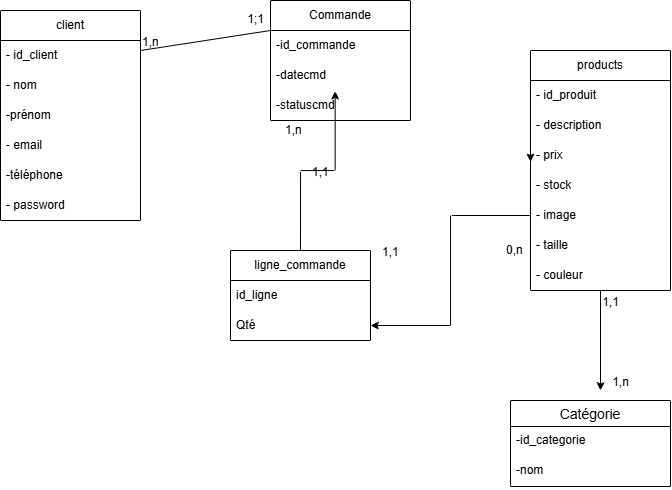
Earlier version of the draw.io export Conception BD/mcd.png (mesbahimohammedyassirsolicode-star/Projet-fil-rouge). Source tidied: cells renumbered, new cells last; positions are measured from the earlier drawing's top-left corner, leaving out a move shared by most shapes. Source of this version:
```xml
<mxGraphModel>
  <root>
    <mxCell id="0" />
    <mxCell id="1" parent="0" />
    <mxCell id="2" value="client" style="swimlane;fontStyle=0;horizontal=1;startSize=30;whiteSpace=wrap;html=1;" parent="1" vertex="1">
      <mxGeometry y="10" width="140" height="210" as="geometry" />
    </mxCell>
    <mxCell id="3" value="&lt;span class=&quot;ͼn&quot;&gt;-&lt;/span&gt; id_client&amp;nbsp;" style="text;strokeColor=none;fillColor=none;align=left;verticalAlign=middle;spacingLeft=4;spacingRight=4;overflow=hidden;whiteSpace=wrap;html=1;" parent="2" vertex="1">
      <mxGeometry y="30" width="140" height="30" as="geometry" />
    </mxCell>
    <mxCell id="4" value="&lt;span class=&quot;ͼn&quot;&gt;-&lt;/span&gt; nom" style="text;strokeColor=none;fillColor=none;align=left;verticalAlign=middle;spacingLeft=4;spacingRight=4;overflow=hidden;whiteSpace=wrap;html=1;" parent="2" vertex="1">
      <mxGeometry y="60" width="140" height="30" as="geometry" />
    </mxCell>
    <mxCell id="5" value="&lt;li&gt;-prénom&lt;br&gt;&lt;/li&gt;" style="text;strokeColor=none;fillColor=none;align=left;verticalAlign=middle;spacingLeft=4;spacingRight=4;overflow=hidden;whiteSpace=wrap;html=1;" parent="2" vertex="1">
      <mxGeometry y="90" width="140" height="30" as="geometry" />
    </mxCell>
    <mxCell id="6" value="&lt;span class=&quot;ͼn&quot;&gt;-&lt;/span&gt;&amp;nbsp;email" style="text;strokeColor=none;fillColor=none;align=left;verticalAlign=middle;spacingLeft=4;spacingRight=4;overflow=hidden;whiteSpace=wrap;html=1;" parent="2" vertex="1">
      <mxGeometry y="120" width="140" height="30" as="geometry" />
    </mxCell>
    <mxCell id="7" value="-téléphone" style="text;strokeColor=none;fillColor=none;align=left;verticalAlign=middle;spacingLeft=4;spacingRight=4;overflow=hidden;whiteSpace=wrap;html=1;" parent="2" vertex="1">
      <mxGeometry y="150" width="140" height="30" as="geometry" />
    </mxCell>
    <mxCell id="8" value="&lt;span class=&quot;ͼn&quot;&gt;-&lt;/span&gt; password" style="text;strokeColor=none;fillColor=none;align=left;verticalAlign=middle;spacingLeft=4;spacingRight=4;overflow=hidden;whiteSpace=wrap;html=1;" parent="2" vertex="1">
      <mxGeometry y="180" width="140" height="30" as="geometry" />
    </mxCell>
    <mxCell id="9" style="edgeStyle=orthogonalEdgeStyle;rounded=0;jettySize=auto;html=1;" parent="1" edge="1" source="10">
      <mxGeometry relative="1" as="geometry">
        <mxPoint x="600" y="390" as="targetPoint" />
      </mxGeometry>
    </mxCell>
    <mxCell id="10" value="products" style="swimlane;fontStyle=0;horizontal=1;startSize=30;whiteSpace=wrap;html=1;" parent="1" vertex="1">
      <mxGeometry x="530" y="50" width="140" height="240" as="geometry" />
    </mxCell>
    <mxCell id="11" value="&lt;span class=&quot;ͼn&quot;&gt;-&lt;/span&gt; id_produit&amp;nbsp;" style="text;strokeColor=none;fillColor=none;align=left;verticalAlign=middle;spacingLeft=4;spacingRight=4;overflow=hidden;whiteSpace=wrap;html=1;" parent="10" vertex="1">
      <mxGeometry y="30" width="140" height="30" as="geometry" />
    </mxCell>
    <mxCell id="12" value="&lt;span class=&quot;ͼn&quot;&gt;-&lt;/span&gt; description" style="text;strokeColor=none;fillColor=none;align=left;verticalAlign=middle;spacingLeft=4;spacingRight=4;overflow=hidden;whiteSpace=wrap;html=1;" parent="10" vertex="1">
      <mxGeometry y="60" width="140" height="30" as="geometry" />
    </mxCell>
    <mxCell id="13" value="&lt;span class=&quot;ͼn&quot;&gt;-&lt;/span&gt; prix" style="text;strokeColor=none;fillColor=none;align=left;verticalAlign=middle;spacingLeft=4;spacingRight=4;overflow=hidden;points=[[0,0.5],[1,0.5]];portConstraint=eastwest;whiteSpace=wrap;html=1;" parent="10" vertex="1">
      <mxGeometry y="90" width="140" height="30" as="geometry" />
    </mxCell>
    <mxCell id="14" value="&lt;span class=&quot;ͼn&quot;&gt;-&lt;/span&gt; stock" style="text;strokeColor=none;fillColor=none;align=left;verticalAlign=middle;spacingLeft=4;spacingRight=4;overflow=hidden;whiteSpace=wrap;html=1;" parent="10" vertex="1">
      <mxGeometry y="120" width="140" height="30" as="geometry" />
    </mxCell>
    <mxCell id="15" value="&lt;span class=&quot;ͼn&quot;&gt;-&lt;/span&gt; image" style="text;strokeColor=none;fillColor=none;align=left;verticalAlign=middle;spacingLeft=4;spacingRight=4;overflow=hidden;points=[[0,0.5],[1,0.5]];portConstraint=eastwest;whiteSpace=wrap;html=1;" parent="10" vertex="1">
      <mxGeometry y="150" width="140" height="30" as="geometry" />
    </mxCell>
    <mxCell id="16" value="&lt;span class=&quot;ͼn&quot;&gt;-&lt;/span&gt;&amp;nbsp;taille" style="text;strokeColor=none;fillColor=none;align=left;verticalAlign=middle;spacingLeft=4;spacingRight=4;overflow=hidden;whiteSpace=wrap;html=1;" parent="10" vertex="1">
      <mxGeometry y="180" width="140" height="30" as="geometry" />
    </mxCell>
    <mxCell id="17" value="&lt;span class=&quot;ͼn&quot;&gt;-&lt;/span&gt;&amp;nbsp;couleur" style="text;strokeColor=none;fillColor=none;align=left;verticalAlign=middle;spacingLeft=4;spacingRight=4;overflow=hidden;whiteSpace=wrap;html=1;" parent="10" vertex="1">
      <mxGeometry y="210" width="140" height="30" as="geometry" />
    </mxCell>
    <mxCell id="18" style="edgeStyle=orthogonalEdgeStyle;rounded=0;orthogonalLoop=1;jettySize=auto;html=1;exitX=0;exitY=0.5;exitDx=0;exitDy=0;entryX=0.001;entryY=0.716;entryDx=0;entryDy=0;entryPerimeter=0;" parent="10" edge="1" source="13" target="13">
      <mxGeometry relative="1" as="geometry" />
    </mxCell>
    <mxCell id="19" value="Commande" style="swimlane;fontStyle=0;horizontal=1;startSize=30;whiteSpace=wrap;html=1;" parent="1" vertex="1">
      <mxGeometry x="270" width="140" height="120" as="geometry" />
    </mxCell>
    <mxCell id="20" value="&lt;span class=&quot;ͼn&quot;&gt;-id_commande&amp;nbsp;&lt;/span&gt;" style="text;strokeColor=none;fillColor=none;align=left;verticalAlign=middle;spacingLeft=4;spacingRight=4;overflow=hidden;whiteSpace=wrap;html=1;" parent="19" vertex="1">
      <mxGeometry y="30" width="140" height="30" as="geometry" />
    </mxCell>
    <mxCell id="21" value="-datecmd" style="text;strokeColor=none;fillColor=none;align=left;verticalAlign=middle;spacingLeft=4;spacingRight=4;overflow=hidden;points=[[0,0.5],[1,0.5]];portConstraint=eastwest;whiteSpace=wrap;html=1;" parent="19" vertex="1">
      <mxGeometry y="60" width="140" height="30" as="geometry" />
    </mxCell>
    <mxCell id="22" value="-statuscmd" style="text;strokeColor=none;fillColor=none;align=left;verticalAlign=middle;spacingLeft=4;spacingRight=4;overflow=hidden;points=[[0,0.5],[1,0.5]];portConstraint=eastwest;whiteSpace=wrap;html=1;" parent="19" vertex="1">
      <mxGeometry y="90" width="140" height="30" as="geometry" />
    </mxCell>
    <mxCell id="23" value="Catégorie" style="swimlane;fontStyle=0;horizontal=1;startSize=26;align=center;fontSize=14;" parent="1" vertex="1">
      <mxGeometry x="510" y="400" width="160" height="86" as="geometry" />
    </mxCell>
    <mxCell id="24" value="&lt;li&gt;-id_categorie&amp;nbsp;&lt;/li&gt;&lt;li&gt;&lt;/li&gt;" style="text;strokeColor=none;fillColor=none;spacingLeft=4;spacingRight=4;overflow=hidden;fontSize=12;whiteSpace=wrap;html=1;" parent="23" vertex="1">
      <mxGeometry y="26" width="160" height="30" as="geometry" />
    </mxCell>
    <mxCell id="25" value="-nom" style="text;strokeColor=none;fillColor=none;spacingLeft=4;spacingRight=4;overflow=hidden;fontSize=12;whiteSpace=wrap;html=1;" parent="23" vertex="1">
      <mxGeometry y="56" width="160" height="30" as="geometry" />
    </mxCell>
    <mxCell id="26" style="endArrow=none;html=1;rounded=0;entryX=0;entryY=0.25;entryDx=0;entryDy=0;" parent="1" edge="1" target="19">
      <mxGeometry relative="1" as="geometry">
        <mxPoint x="140" y="50" as="sourcePoint" />
      </mxGeometry>
    </mxCell>
    <mxCell id="27" value="1,n" style="html=1;whiteSpace=wrap;align=left;verticalAlign=bottom;" parent="26" vertex="1">
      <mxGeometry x="-1" relative="1" as="geometry" />
    </mxCell>
    <mxCell id="28" value="1;1" style="html=1;whiteSpace=wrap;align=right;verticalAlign=bottom;" parent="26" vertex="1">
      <mxGeometry x="1" relative="1" as="geometry">
        <mxPoint x="-5" y="-3" as="offset" />
      </mxGeometry>
    </mxCell>
    <mxCell id="29" value="1,1" style="html=1;whiteSpace=wrap;align=right;verticalAlign=bottom;" parent="1" vertex="1">
      <mxGeometry x="620" y="310" as="geometry" />
    </mxCell>
    <mxCell id="30" value="1,n" style="html=1;whiteSpace=wrap;align=right;verticalAlign=bottom;" parent="1" vertex="1">
      <mxGeometry x="630" y="390" as="geometry" />
    </mxCell>
    <mxCell id="31" value="ligne_commande" style="swimlane;fontStyle=0;horizontal=1;startSize=30;whiteSpace=wrap;html=1;" parent="1" vertex="1">
      <mxGeometry x="230" y="250" width="140" height="90" as="geometry" />
    </mxCell>
    <mxCell id="32" value="&lt;span class=&quot;ͼn&quot;&gt;id_ligne&lt;/span&gt;" style="text;strokeColor=none;fillColor=none;align=left;verticalAlign=middle;spacingLeft=4;spacingRight=4;overflow=hidden;whiteSpace=wrap;html=1;" parent="31" vertex="1">
      <mxGeometry y="30" width="140" height="30" as="geometry" />
    </mxCell>
    <mxCell id="33" value="Qté" style="text;strokeColor=none;fillColor=none;align=left;verticalAlign=middle;spacingLeft=4;spacingRight=4;overflow=hidden;points=[[0,0.5],[1,0.5]];portConstraint=eastwest;whiteSpace=wrap;html=1;" parent="31" vertex="1">
      <mxGeometry y="60" width="140" height="30" as="geometry" />
    </mxCell>
    <mxCell id="34" style="edgeStyle=orthogonalEdgeStyle;rounded=0;jettySize=auto;html=1;exitX=0.5;exitY=0;exitDx=0;exitDy=0;entryX=0.462;entryY=1.019;entryDx=0;entryDy=0;entryPerimeter=0;" parent="1" edge="1" source="31" target="21">
      <mxGeometry relative="1" as="geometry" />
    </mxCell>
    <mxCell id="35" value="1,n" style="html=1;whiteSpace=wrap;align=left;verticalAlign=bottom;" parent="1" vertex="1">
      <mxGeometry x="310" y="130" as="geometry">
        <mxPoint x="-27" y="8" as="offset" />
      </mxGeometry>
    </mxCell>
    <mxCell id="36" value="1,1" style="html=1;whiteSpace=wrap;align=left;verticalAlign=bottom;" parent="1" vertex="1">
      <mxGeometry x="310" y="180" as="geometry" />
    </mxCell>
    <mxCell id="37" value="1,1" style="html=1;whiteSpace=wrap;align=left;verticalAlign=bottom;" parent="1" vertex="1">
      <mxGeometry x="380" y="260" as="geometry" />
    </mxCell>
    <mxCell id="38" value="0,n" style="html=1;whiteSpace=wrap;align=left;verticalAlign=bottom;" parent="1" vertex="1">
      <mxGeometry x="370" y="250" as="geometry">
        <mxPoint x="134" y="8" as="offset" />
      </mxGeometry>
    </mxCell>
    <mxCell id="39" style="edgeStyle=orthogonalEdgeStyle;rounded=0;jettySize=auto;html=1;exitX=0;exitY=0.5;exitDx=0;exitDy=0;entryX=1;entryY=0.5;entryDx=0;entryDy=0;" parent="1" edge="1" source="15" target="33">
      <mxGeometry relative="1" as="geometry" />
    </mxCell>
  </root>
</mxGraphModel>
```
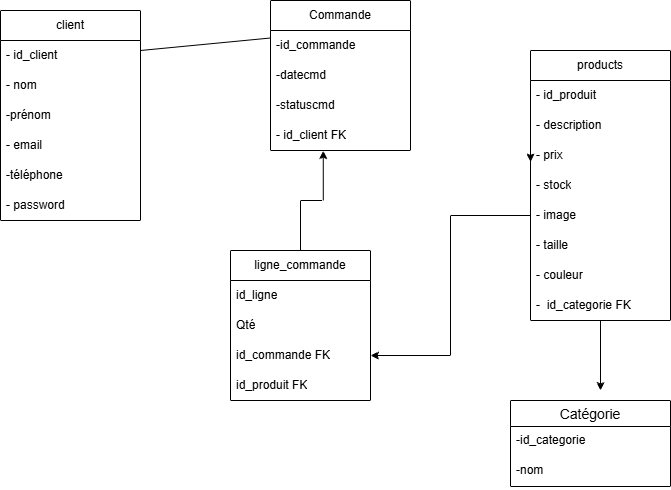
After the commit.

Commit message:
docs: add conceptual and logical data model diagrams

Change to the diagram source:
```diff
@@ -29,7 +29,7 @@
       </mxGeometry>
     </mxCell>
     <mxCell id="10" value="products" style="swimlane;fontStyle=0;horizontal=1;startSize=30;whiteSpace=wrap;html=1;" parent="1" vertex="1">
-      <mxGeometry x="530" y="50" width="140" height="240" as="geometry" />
+      <mxGeometry x="530" y="50" width="140" height="270" as="geometry" />
     </mxCell>
     <mxCell id="11" value="&lt;span class=&quot;ͼn&quot;&gt;-&lt;/span&gt; id_produit&amp;nbsp;" style="text;strokeColor=none;fillColor=none;align=left;verticalAlign=middle;spacingLeft=4;spacingRight=4;overflow=hidden;whiteSpace=wrap;html=1;" parent="10" vertex="1">
       <mxGeometry y="30" width="140" height="30" as="geometry" />
@@ -49,14 +49,17 @@
     <mxCell id="16" value="&lt;span class=&quot;ͼn&quot;&gt;-&lt;/span&gt;&amp;nbsp;taille" style="text;strokeColor=none;fillColor=none;align=left;verticalAlign=middle;spacingLeft=4;spacingRight=4;overflow=hidden;whiteSpace=wrap;html=1;" parent="10" vertex="1">
       <mxGeometry y="180" width="140" height="30" as="geometry" />
     </mxCell>
+    <mxCell id="40" value="&lt;span class=&quot;ͼn&quot;&gt;-&lt;/span&gt;&amp;nbsp;couleur" style="text;strokeColor=none;fillColor=none;align=left;verticalAlign=middle;spacingLeft=4;spacingRight=4;overflow=hidden;whiteSpace=wrap;html=1;" parent="10" vertex="1">
+      <mxGeometry y="210" width="140" height="30" as="geometry" />
+    </mxCell>
-    <mxCell id="17" value="&lt;span class=&quot;ͼn&quot;&gt;-&lt;/span&gt;&amp;nbsp;couleur" style="text;strokeColor=none;fillColor=none;align=left;verticalAlign=middle;spacingLeft=4;spacingRight=4;overflow=hidden;whiteSpace=wrap;html=1;" parent="10" vertex="1">
-      <mxGeometry y="210" width="140" height="30" as="geometry" />
+    <mxCell id="17" value="&lt;span class=&quot;ͼn&quot;&gt;-&lt;/span&gt;&amp;nbsp;    id_categorie FK" style="text;strokeColor=none;fillColor=none;align=left;verticalAlign=middle;spacingLeft=4;spacingRight=4;overflow=hidden;whiteSpace=wrap;html=1;" parent="10" vertex="1">
+      <mxGeometry y="240" width="140" height="30" as="geometry" />
     </mxCell>
     <mxCell id="18" style="edgeStyle=orthogonalEdgeStyle;rounded=0;orthogonalLoop=1;jettySize=auto;html=1;exitX=0;exitY=0.5;exitDx=0;exitDy=0;entryX=0.001;entryY=0.716;entryDx=0;entryDy=0;entryPerimeter=0;" parent="10" edge="1" source="13" target="13">
       <mxGeometry relative="1" as="geometry" />
     </mxCell>
     <mxCell id="19" value="Commande" style="swimlane;fontStyle=0;horizontal=1;startSize=30;whiteSpace=wrap;html=1;" parent="1" vertex="1">
-      <mxGeometry x="270" width="140" height="120" as="geometry" />
+      <mxGeometry x="270" width="140" height="150" as="geometry" />
     </mxCell>
     <mxCell id="20" value="&lt;span class=&quot;ͼn&quot;&gt;-id_commande&amp;nbsp;&lt;/span&gt;" style="text;strokeColor=none;fillColor=none;align=left;verticalAlign=middle;spacingLeft=4;spacingRight=4;overflow=hidden;whiteSpace=wrap;html=1;" parent="19" vertex="1">
       <mxGeometry y="30" width="140" height="30" as="geometry" />
@@ -64,8 +67,11 @@
     <mxCell id="21" value="-datecmd" style="text;strokeColor=none;fillColor=none;align=left;verticalAlign=middle;spacingLeft=4;spacingRight=4;overflow=hidden;points=[[0,0.5],[1,0.5]];portConstraint=eastwest;whiteSpace=wrap;html=1;" parent="19" vertex="1">
       <mxGeometry y="60" width="140" height="30" as="geometry" />
     </mxCell>
+    <mxCell id="41" value="-statuscmd" style="text;strokeColor=none;fillColor=none;align=left;verticalAlign=middle;spacingLeft=4;spacingRight=4;overflow=hidden;whiteSpace=wrap;html=1;" parent="19" vertex="1">
+      <mxGeometry y="90" width="140" height="30" as="geometry" />
+    </mxCell>
-    <mxCell id="22" value="-statuscmd" style="text;strokeColor=none;fillColor=none;align=left;verticalAlign=middle;spacingLeft=4;spacingRight=4;overflow=hidden;points=[[0,0.5],[1,0.5]];portConstraint=eastwest;whiteSpace=wrap;html=1;" parent="19" vertex="1">
-      <mxGeometry y="90" width="140" height="30" as="geometry" />
+    <mxCell id="22" value="-    id_client FK" style="text;strokeColor=none;fillColor=none;align=left;verticalAlign=middle;spacingLeft=4;spacingRight=4;overflow=hidden;points=[[0,0.5],[1,0.5]];portConstraint=eastwest;whiteSpace=wrap;html=1;" parent="19" vertex="1">
+      <mxGeometry y="120" width="140" height="30" as="geometry" />
     </mxCell>
     <mxCell id="23" value="Catégorie" style="swimlane;fontStyle=0;horizontal=1;startSize=26;align=center;fontSize=14;" parent="1" vertex="1">
       <mxGeometry x="510" y="400" width="160" height="86" as="geometry" />
@@ -81,50 +87,26 @@
         <mxPoint x="140" y="50" as="sourcePoint" />
       </mxGeometry>
     </mxCell>
-    <mxCell id="27" value="1,n" style="html=1;whiteSpace=wrap;align=left;verticalAlign=bottom;" parent="26" vertex="1">
-      <mxGeometry x="-1" relative="1" as="geometry" />
-    </mxCell>
-    <mxCell id="28" value="1;1" style="html=1;whiteSpace=wrap;align=right;verticalAlign=bottom;" parent="26" vertex="1">
-      <mxGeometry x="1" relative="1" as="geometry">
-        <mxPoint x="-5" y="-3" as="offset" />
-      </mxGeometry>
-    </mxCell>
-    <mxCell id="29" value="1,1" style="html=1;whiteSpace=wrap;align=right;verticalAlign=bottom;" parent="1" vertex="1">
-      <mxGeometry x="620" y="310" as="geometry" />
-    </mxCell>
-    <mxCell id="30" value="1,n" style="html=1;whiteSpace=wrap;align=right;verticalAlign=bottom;" parent="1" vertex="1">
-      <mxGeometry x="630" y="390" as="geometry" />
-    </mxCell>
     <mxCell id="31" value="ligne_commande" style="swimlane;fontStyle=0;horizontal=1;startSize=30;whiteSpace=wrap;html=1;" parent="1" vertex="1">
-      <mxGeometry x="230" y="250" width="140" height="90" as="geometry" />
+      <mxGeometry x="230" y="250" width="140" height="150" as="geometry" />
     </mxCell>
     <mxCell id="32" value="&lt;span class=&quot;ͼn&quot;&gt;id_ligne&lt;/span&gt;" style="text;strokeColor=none;fillColor=none;align=left;verticalAlign=middle;spacingLeft=4;spacingRight=4;overflow=hidden;whiteSpace=wrap;html=1;" parent="31" vertex="1">
       <mxGeometry y="30" width="140" height="30" as="geometry" />
     </mxCell>
+    <mxCell id="42" value="Qté" style="text;strokeColor=none;fillColor=none;align=left;verticalAlign=middle;spacingLeft=4;spacingRight=4;overflow=hidden;whiteSpace=wrap;html=1;" parent="31" vertex="1">
+      <mxGeometry y="60" width="140" height="30" as="geometry" />
+    </mxCell>
-    <mxCell id="33" value="Qté" style="text;strokeColor=none;fillColor=none;align=left;verticalAlign=middle;spacingLeft=4;spacingRight=4;overflow=hidden;points=[[0,0.5],[1,0.5]];portConstraint=eastwest;whiteSpace=wrap;html=1;" parent="31" vertex="1">
-      <mxGeometry y="60" width="140" height="30" as="geometry" />
+    <mxCell id="33" value="  id_commande FK" style="text;strokeColor=none;fillColor=none;align=left;verticalAlign=middle;spacingLeft=4;spacingRight=4;overflow=hidden;points=[[0,0.5],[1,0.5]];portConstraint=eastwest;whiteSpace=wrap;html=1;" parent="31" vertex="1">
+      <mxGeometry y="90" width="140" height="30" as="geometry" />
     </mxCell>
-    <mxCell id="34" style="edgeStyle=orthogonalEdgeStyle;rounded=0;jettySize=auto;html=1;exitX=0.5;exitY=0;exitDx=0;exitDy=0;entryX=0.462;entryY=1.019;entryDx=0;entryDy=0;entryPerimeter=0;" parent="1" edge="1" source="31" target="21">
-      <mxGeometry relative="1" as="geometry" />
-    </mxCell>
-    <mxCell id="35" value="1,n" style="html=1;whiteSpace=wrap;align=left;verticalAlign=bottom;" parent="1" vertex="1">
-      <mxGeometry x="310" y="130" as="geometry">
-        <mxPoint x="-27" y="8" as="offset" />
-      </mxGeometry>
-    </mxCell>
-    <mxCell id="36" value="1,1" style="html=1;whiteSpace=wrap;align=left;verticalAlign=bottom;" parent="1" vertex="1">
-      <mxGeometry x="310" y="180" as="geometry" />
-    </mxCell>
-    <mxCell id="37" value="1,1" style="html=1;whiteSpace=wrap;align=left;verticalAlign=bottom;" parent="1" vertex="1">
-      <mxGeometry x="380" y="260" as="geometry" />
-    </mxCell>
-    <mxCell id="38" value="0,n" style="html=1;whiteSpace=wrap;align=left;verticalAlign=bottom;" parent="1" vertex="1">
-      <mxGeometry x="370" y="250" as="geometry">
-        <mxPoint x="134" y="8" as="offset" />
-      </mxGeometry>
-    </mxCell>
+    <mxCell id="43" value="&lt;span&gt;id_produit FK&lt;/span&gt;" style="text;strokeColor=none;fillColor=none;align=left;verticalAlign=middle;spacingLeft=4;spacingRight=4;overflow=hidden;whiteSpace=wrap;html=1;" parent="31" vertex="1">
+      <mxGeometry y="120" width="140" height="30" as="geometry" />
+    </mxCell>
     <mxCell id="39" style="edgeStyle=orthogonalEdgeStyle;rounded=0;jettySize=auto;html=1;exitX=0;exitY=0.5;exitDx=0;exitDy=0;entryX=1;entryY=0.5;entryDx=0;entryDy=0;" parent="1" edge="1" source="15" target="33">
       <mxGeometry relative="1" as="geometry" />
     </mxCell>
+    <mxCell id="44" style="edgeStyle=orthogonalEdgeStyle;rounded=0;jettySize=auto;html=1;entryX=0.377;entryY=1.005;entryDx=0;entryDy=0;entryPerimeter=0;" parent="1" edge="1" source="31" target="22">
+      <mxGeometry relative="1" as="geometry" />
+    </mxCell>
   </root>
 </mxGraphModel>
```
